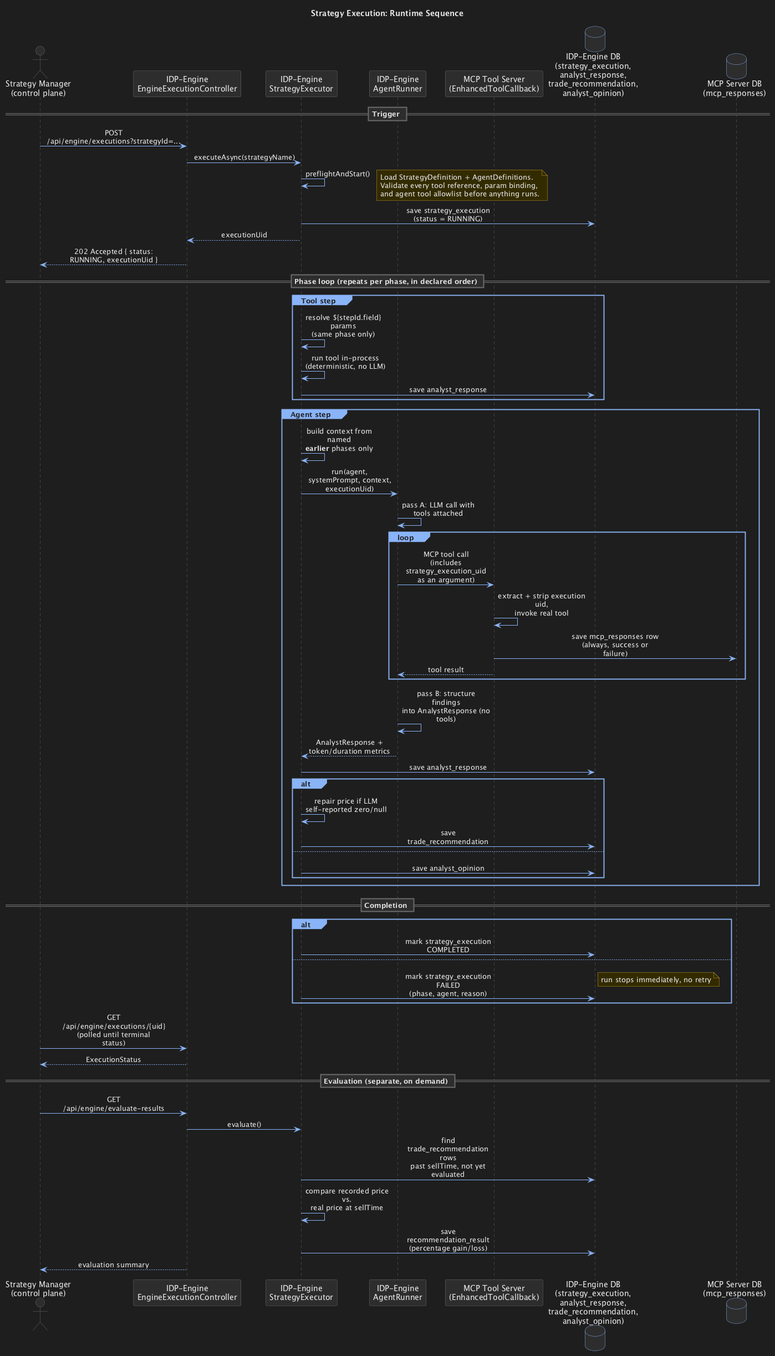
Above: docs/sequence-runtime-view.png in howardco/IDP-Platform (PlantUML), before the change. Source of this version:
```plantuml
@startuml sequence-runtime-view
title Strategy Execution: Runtime Sequence

skinparam backgroundColor #1e1e1e
skinparam sequenceMessageAlign center
skinparam maxMessageSize 160
skinparam shadowing false
skinparam defaultFontColor #e8e8e8
skinparam titleFontColor #e8e8e8

skinparam sequence {
  ArrowColor #8ab4f8
  ArrowFontColor #e8e8e8
  LifeLineBorderColor #6b6b6b
  LifeLineBackgroundColor #1e1e1e
  ParticipantBorderColor #6b6b6b
  ParticipantBackgroundColor #2d2d2d
  ParticipantFontColor #e8e8e8
  ActorBorderColor #6b6b6b
  ActorBackgroundColor #2d2d2d
  ActorFontColor #e8e8e8
  GroupBorderColor #8ab4f8
  GroupBackgroundColor #1e1e1e
  GroupFontColor #1e1e1e
  GroupHeaderFontColor #1e1e1e
  DividerBorderColor #6b6b6b
  DividerBackgroundColor #2d2d2d
  DividerFontColor #e8e8e8
}
skinparam sequenceGroupBodyBackgroundColor #1e1e1e
skinparam sequenceGroupBackgroundColor #8ab4f8
skinparam sequenceGroupHeaderFontColor #1e1e1e

skinparam database {
  BackgroundColor #2d2d2d
  BorderColor #8ab4f8
  FontColor #e8e8e8
}
skinparam note {
  BackgroundColor #332b00
  BorderColor #c9a227
  FontColor #e8e8e8
}

actor "Strategy Manager\n(control plane)" as SM
participant "IDP-Engine\nEngineExecutionController" as API
participant "IDP-Engine\nStrategyExecutor" as EXEC
participant "IDP-Engine\nAgentRunner" as AGENT
participant "MCP Tool Server\n(EnhancedToolCallback)" as MCP
database "IDP-Engine DB\n(strategy_execution,\nanalyst_response,\ntrade_recommendation,\nanalyst_opinion)" as DB
database "MCP Server DB\n(mcp_responses)" as MCPDB

== Trigger ==

SM -> API : POST /api/engine/executions?strategyId=...
API -> EXEC : executeAsync(strategyName)

EXEC -> EXEC : preflightAndStart()
note right
  Load StrategyDefinition + AgentDefinitions.
  Validate every tool reference, param binding,
  and agent tool allowlist before anything runs.
end note

EXEC -> DB : save strategy_execution (status = RUNNING)
EXEC --> API : executionUid
API --> SM : 202 Accepted { status: RUNNING, executionUid }

== Phase loop (repeats per phase, in declared order) ==

group Tool step
  EXEC -> EXEC : resolve ${stepId.field} params\n(same phase only)
  EXEC -> EXEC : run tool in-process\n(deterministic, no LLM)
  EXEC -> DB : save analyst_response
end

group Agent step
  EXEC -> EXEC : build context from named\n**earlier** phases only
  EXEC -> AGENT : run(agent, systemPrompt, context, executionUid)
  AGENT -> AGENT : pass A: LLM call with tools attached

  loop tool-call round (bounded by maxToolRounds)
    AGENT -> MCP : MCP tool call\n(includes strategy_execution_uid as an argument)
    MCP -> MCP : extract + strip execution uid,\ninvoke real tool
    MCP -> MCPDB : save mcp_responses row\n(always, success or failure)
    MCP --> AGENT : tool result
  end

  AGENT -> AGENT : pass B: structure findings\ninto AnalystResponse (no tools)
  AGENT --> EXEC : AnalystResponse + token/duration metrics
  EXEC -> DB : save analyst_response

  alt step is in the strategy's final phase
    EXEC -> EXEC : repair price if LLM\nself-reported zero/null
    EXEC -> DB : save trade_recommendation
  else step is in an earlier phase
    EXEC -> DB : save analyst_opinion
  end
end

== Completion ==

alt all phases succeeded
  EXEC -> DB : mark strategy_execution COMPLETED
else any step threw
  EXEC -> DB : mark strategy_execution FAILED\n(phase, agent, reason)
  note right: run stops immediately, no retry
end

SM -> API : GET /api/engine/executions/{uid}\n(polled until terminal status)
API --> SM : ExecutionStatus

== Evaluation (separate, on demand) ==

SM -> API : GET /api/engine/evaluate-results
API -> EXEC : evaluate()
EXEC -> DB : find trade_recommendation rows\npast sellTime, not yet evaluated
EXEC -> EXEC : compare recorded price vs.\nreal price at sellTime
EXEC -> DB : save recommendation_result\n(percentage gain/loss)
API --> SM : evaluation summary

@enduml
```
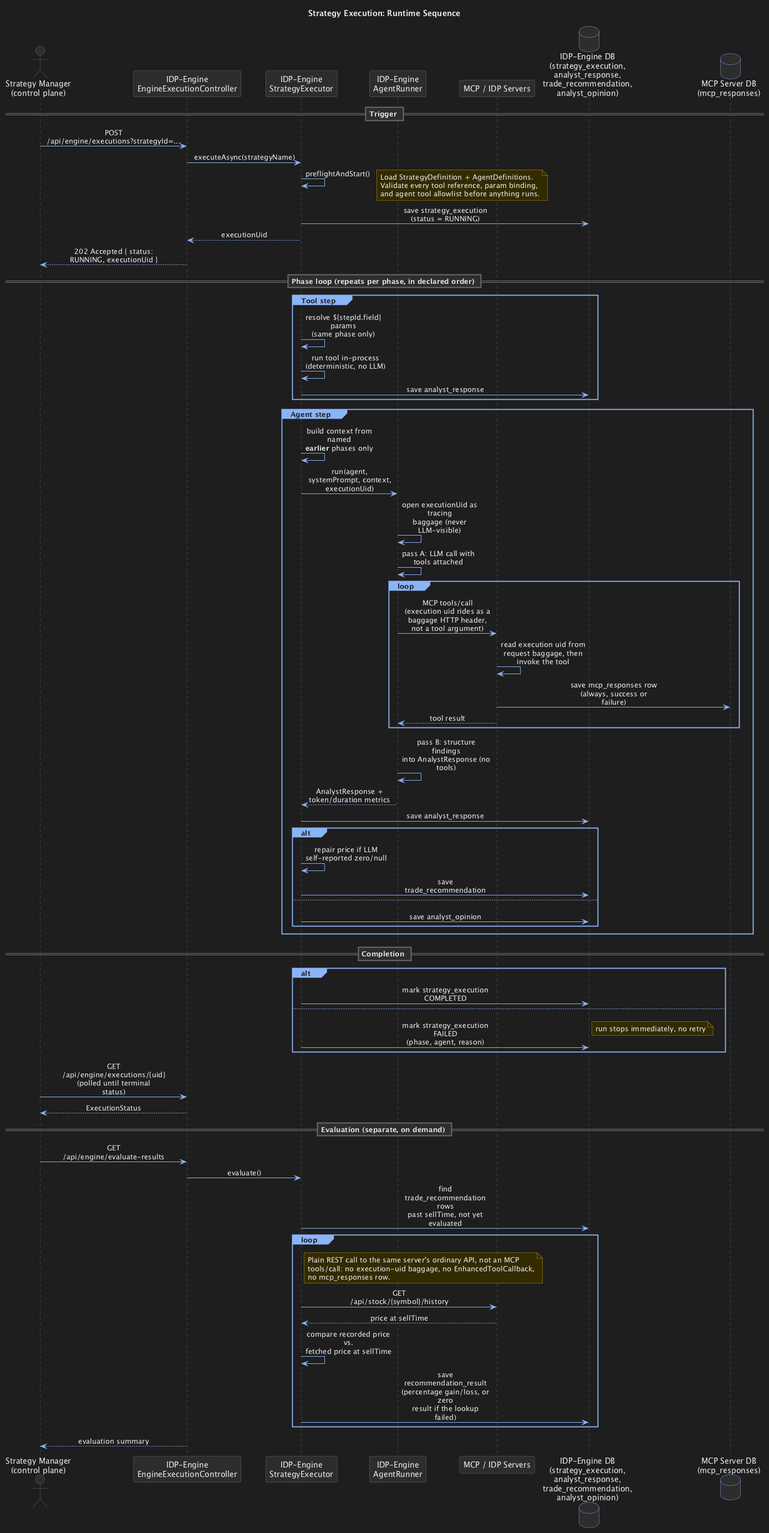
After the commit.

The edit, as a diff of the source:
```diff
@@ -46,7 +46,7 @@
 participant "IDP-Engine\nEngineExecutionController" as API
 participant "IDP-Engine\nStrategyExecutor" as EXEC
 participant "IDP-Engine\nAgentRunner" as AGENT
-participant "MCP Tool Server\n(EnhancedToolCallback)" as MCP
+participant "MCP / IDP Servers" as MCP
 database "IDP-Engine DB\n(strategy_execution,\nanalyst_response,\ntrade_recommendation,\nanalyst_opinion)" as DB
 database "MCP Server DB\n(mcp_responses)" as MCPDB
 
@@ -77,11 +77,12 @@
 group Agent step
   EXEC -> EXEC : build context from named\n**earlier** phases only
   EXEC -> AGENT : run(agent, systemPrompt, context, executionUid)
+  AGENT -> AGENT : open executionUid as tracing\nbaggage (never LLM-visible)
   AGENT -> AGENT : pass A: LLM call with tools attached
 
   loop tool-call round (bounded by maxToolRounds)
-    AGENT -> MCP : MCP tool call\n(includes strategy_execution_uid as an argument)
-    MCP -> MCP : extract + strip execution uid,\ninvoke real tool
+    AGENT -> MCP : MCP tools/call\n(execution uid rides as a\nbaggage HTTP header, not a tool argument)
+    MCP -> MCP : read execution uid from\nrequest baggage, then invoke the tool
     MCP -> MCPDB : save mcp_responses row\n(always, success or failure)
     MCP --> AGENT : tool result
   end
@@ -115,8 +116,19 @@
 SM -> API : GET /api/engine/evaluate-results
 API -> EXEC : evaluate()
 EXEC -> DB : find trade_recommendation rows\npast sellTime, not yet evaluated
-EXEC -> EXEC : compare recorded price vs.\nreal price at sellTime
-EXEC -> DB : save recommendation_result\n(percentage gain/loss)
+
+loop each due recommendation
+  note right of EXEC
+    Plain REST call to the same server's ordinary API, not an MCP
+    tools/call: no execution-uid baggage, no EnhancedToolCallback,
+    no mcp_responses row.
+  end note
+  EXEC -> MCP : GET /api/stock/{symbol}/history
+  MCP --> EXEC : price at sellTime
+  EXEC -> EXEC : compare recorded price vs.\nfetched price at sellTime
+  EXEC -> DB : save recommendation_result\n(percentage gain/loss, or zero\nresult if the lookup failed)
+end
+
 API --> SM : evaluation summary
 
 @enduml
```
